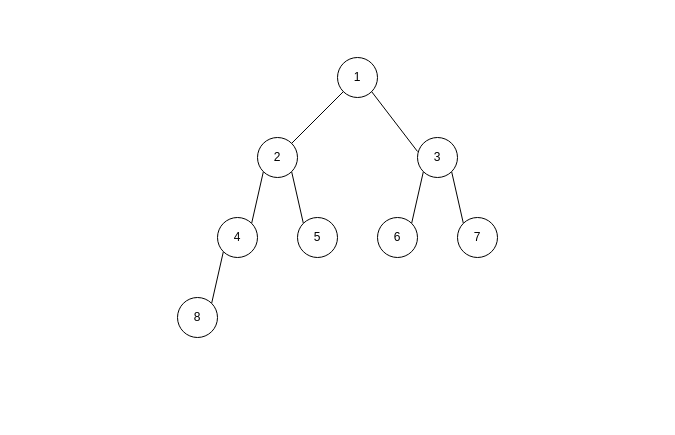
zhongyuan202020/coder-notes-image keeps this draw.io diagram as public/data-structrue/binary-tree/binary-tree.drawio. Above is the earlier version. Source tidied: cells renumbered, new cells numbered last; positions are measured from the earlier drawing's top-left corner, leaving out a move shared by most shapes. Both pictures are drawn from the tidied source at 100%, with x=0, y=0 at pixel (177, 57).
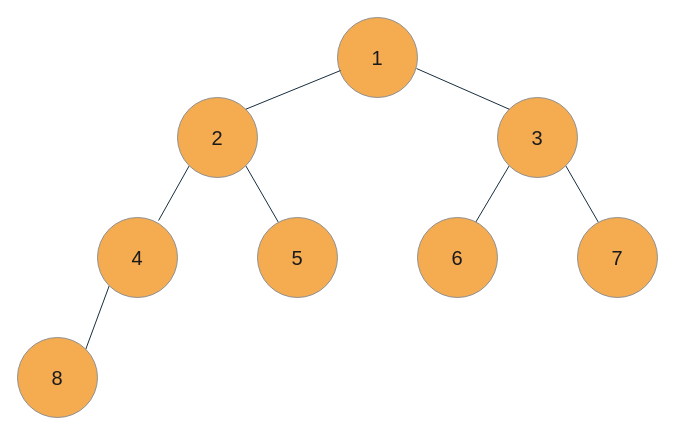
After the change.

The edit, as a diff of the source:
```diff
@@
 <mxGraphModel>
   <root>
     <mxCell id="0" />
     <mxCell id="1" parent="0" />
-    <mxCell id="2" value="1" style="ellipse;whiteSpace=wrap;html=1;labelBackgroundColor=none;" parent="1" vertex="1">
-      <mxGeometry x="160" width="40" height="40" as="geometry" />
+    <mxCell id="2" value="1" style="ellipse;whiteSpace=wrap;html=1;labelBackgroundColor=none;fillColor=#F5AB50;strokeColor=#909090;fontColor=#1A1A1A;fontSize=20;" parent="1" vertex="1">
+      <mxGeometry x="160" y="-40" width="80" height="80" as="geometry" />
     </mxCell>
-    <mxCell id="3" style="rounded=0;jettySize=auto;html=1;entryX=1;entryY=0;entryDx=0;entryDy=0;startArrow=none;startFill=0;endArrow=none;labelBackgroundColor=none;fontColor=default;exitX=0;exitY=1;exitDx=0;exitDy=0;" parent="1" edge="1" source="5" target="10">
+    <mxCell id="3" style="rounded=0;jettySize=auto;html=1;entryX=0.763;entryY=0.038;entryDx=0;entryDy=0;startArrow=none;startFill=0;endArrow=none;labelBackgroundColor=none;fontColor=default;exitX=0;exitY=1;exitDx=0;exitDy=0;entryPerimeter=0;strokeColor=#182E3E;fontSize=20;" parent="1" edge="1" source="5" target="10">
       <mxGeometry relative="1" as="geometry" />
     </mxCell>
-    <mxCell id="4" style="rounded=0;jettySize=auto;html=1;entryX=0;entryY=0;entryDx=0;entryDy=0;fontColor=default;startArrow=none;startFill=0;endArrow=none;labelBackgroundColor=none;exitX=1;exitY=1;exitDx=0;exitDy=0;" parent="1" edge="1" source="5" target="11">
+    <mxCell id="4" style="rounded=0;jettySize=auto;html=1;entryX=0.263;entryY=0.063;entryDx=0;entryDy=0;fontColor=default;startArrow=none;startFill=0;endArrow=none;labelBackgroundColor=none;exitX=1;exitY=1;exitDx=0;exitDy=0;entryPerimeter=0;strokeColor=#182E3E;fontSize=20;" parent="1" edge="1" source="5" target="11">
       <mxGeometry relative="1" as="geometry" />
     </mxCell>
-    <mxCell id="5" value="2" style="ellipse;whiteSpace=wrap;html=1;labelBackgroundColor=none;" parent="1" vertex="1">
-      <mxGeometry x="80" y="80" width="40" height="40" as="geometry" />
+    <mxCell id="5" value="2" style="ellipse;whiteSpace=wrap;html=1;labelBackgroundColor=none;fillColor=#F5AB50;strokeColor=#909090;fontColor=#1A1A1A;fontSize=20;" parent="1" vertex="1">
+      <mxGeometry y="40" width="80" height="80" as="geometry" />
     </mxCell>
-    <mxCell id="6" style="rounded=0;jettySize=auto;html=1;entryX=1;entryY=0;entryDx=0;entryDy=0;fontColor=default;exitX=0;exitY=1;exitDx=0;exitDy=0;startArrow=none;startFill=0;endArrow=none;labelBackgroundColor=none;" parent="1" edge="1" source="8" target="12">
+    <mxCell id="6" style="rounded=0;jettySize=auto;html=1;entryX=0.725;entryY=0.063;entryDx=0;entryDy=0;fontColor=default;exitX=0;exitY=1;exitDx=0;exitDy=0;startArrow=none;startFill=0;endArrow=none;labelBackgroundColor=none;entryPerimeter=0;strokeColor=#182E3E;fontSize=20;" parent="1" edge="1" source="8" target="12">
       <mxGeometry relative="1" as="geometry" />
     </mxCell>
-    <mxCell id="7" style="rounded=0;jettySize=auto;html=1;entryX=0;entryY=0;entryDx=0;entryDy=0;fontColor=default;exitX=1;exitY=1;exitDx=0;exitDy=0;startArrow=none;startFill=0;endArrow=none;labelBackgroundColor=none;" parent="1" edge="1" source="8" target="13">
+    <mxCell id="7" style="rounded=0;jettySize=auto;html=1;entryX=0.263;entryY=0.063;entryDx=0;entryDy=0;fontColor=default;exitX=1;exitY=1;exitDx=0;exitDy=0;startArrow=none;startFill=0;endArrow=none;labelBackgroundColor=none;entryPerimeter=0;strokeColor=#182E3E;fontSize=20;" parent="1" edge="1" source="8" target="13">
       <mxGeometry relative="1" as="geometry" />
     </mxCell>
-    <mxCell id="8" value="3" style="ellipse;whiteSpace=wrap;html=1;labelBackgroundColor=none;" parent="1" vertex="1">
-      <mxGeometry x="240" y="80" width="40" height="40" as="geometry" />
+    <mxCell id="8" value="3" style="ellipse;whiteSpace=wrap;html=1;labelBackgroundColor=none;fillColor=#F5AB50;strokeColor=#909090;fontColor=#1A1A1A;fontSize=20;" parent="1" vertex="1">
+      <mxGeometry x="320" y="40" width="80" height="80" as="geometry" />
     </mxCell>
-    <mxCell id="9" style="rounded=0;jettySize=auto;html=1;entryX=1;entryY=0;entryDx=0;entryDy=0;exitX=0;exitY=1;exitDx=0;exitDy=0;endArrow=none;startFill=0;" parent="1" edge="1" source="10" target="14">
+    <mxCell id="9" style="rounded=0;jettySize=auto;html=1;entryX=1;entryY=0;entryDx=0;entryDy=0;exitX=0;exitY=1;exitDx=0;exitDy=0;endArrow=none;startFill=0;labelBackgroundColor=none;strokeColor=#182E3E;fontColor=default;fontSize=20;" parent="1" edge="1" source="10" target="14">
       <mxGeometry relative="1" as="geometry" />
     </mxCell>
-    <mxCell id="10" value="4" style="ellipse;whiteSpace=wrap;html=1;labelBackgroundColor=none;" parent="1" vertex="1">
-      <mxGeometry x="40" y="160" width="40" height="40" as="geometry" />
+    <mxCell id="10" value="4" style="ellipse;whiteSpace=wrap;html=1;labelBackgroundColor=none;fillColor=#F5AB50;strokeColor=#909090;fontColor=#1A1A1A;fontSize=20;" parent="1" vertex="1">
+      <mxGeometry x="-80" y="160" width="80" height="80" as="geometry" />
     </mxCell>
-    <mxCell id="11" value="5" style="ellipse;whiteSpace=wrap;html=1;labelBackgroundColor=none;" parent="1" vertex="1">
-      <mxGeometry x="120" y="160" width="40" height="40" as="geometry" />
+    <mxCell id="11" value="5" style="ellipse;whiteSpace=wrap;html=1;labelBackgroundColor=none;fillColor=#F5AB50;strokeColor=#909090;fontColor=#1A1A1A;fontSize=20;" parent="1" vertex="1">
+      <mxGeometry x="80" y="160" width="80" height="80" as="geometry" />
     </mxCell>
-    <mxCell id="12" value="6" style="ellipse;whiteSpace=wrap;html=1;labelBackgroundColor=none;" parent="1" vertex="1">
-      <mxGeometry x="200" y="160" width="40" height="40" as="geometry" />
+    <mxCell id="12" value="6" style="ellipse;whiteSpace=wrap;html=1;labelBackgroundColor=none;fillColor=#F5AB50;strokeColor=#909090;fontColor=#1A1A1A;fontSize=20;" parent="1" vertex="1">
+      <mxGeometry x="240" y="160" width="80" height="80" as="geometry" />
     </mxCell>
-    <mxCell id="13" value="7" style="ellipse;whiteSpace=wrap;html=1;labelBackgroundColor=none;" parent="1" vertex="1">
-      <mxGeometry x="280" y="160" width="40" height="40" as="geometry" />
+    <mxCell id="13" value="7" style="ellipse;whiteSpace=wrap;html=1;labelBackgroundColor=none;fillColor=#F5AB50;strokeColor=#909090;fontColor=#1A1A1A;fontSize=20;" parent="1" vertex="1">
+      <mxGeometry x="400" y="160" width="80" height="80" as="geometry" />
     </mxCell>
-    <mxCell id="14" value="8" style="ellipse;whiteSpace=wrap;html=1;labelBackgroundColor=none;" parent="1" vertex="1">
-      <mxGeometry y="240" width="40" height="40" as="geometry" />
+    <mxCell id="14" value="8" style="ellipse;whiteSpace=wrap;html=1;labelBackgroundColor=none;fillColor=#F5AB50;strokeColor=#909090;fontColor=#1A1A1A;fontSize=20;" parent="1" vertex="1">
+      <mxGeometry x="-160" y="280" width="80" height="80" as="geometry" />
     </mxCell>
-    <mxCell id="15" style="endArrow=none;html=1;rounded=0;entryX=0;entryY=1;entryDx=0;entryDy=0;labelBackgroundColor=none;fontColor=default;" parent="1" edge="1" source="5" target="2">
+    <mxCell id="15" style="endArrow=none;html=1;rounded=0;entryX=0.038;entryY=0.663;entryDx=0;entryDy=0;labelBackgroundColor=none;fontColor=default;exitX=1;exitY=0;exitDx=0;exitDy=0;entryPerimeter=0;strokeColor=#182E3E;fontSize=20;" parent="1" edge="1" source="5" target="2">
       <mxGeometry relative="1" as="geometry" />
     </mxCell>
-    <mxCell id="16" style="endArrow=none;html=1;rounded=0;entryX=0;entryY=0.35;entryDx=0;entryDy=0;entryPerimeter=0;labelBackgroundColor=none;fontColor=default;exitX=1;exitY=1;exitDx=0;exitDy=0;" parent="1" edge="1" source="2" target="8">
+    <mxCell id="16" style="endArrow=none;html=1;rounded=0;entryX=0;entryY=0;entryDx=0;entryDy=0;labelBackgroundColor=none;fontColor=default;exitX=0.988;exitY=0.638;exitDx=0;exitDy=0;exitPerimeter=0;strokeColor=#182E3E;fontSize=20;" parent="1" edge="1" source="2" target="8">
       <mxGeometry relative="1" as="geometry" />
     </mxCell>
   </root>
 </mxGraphModel>
```
